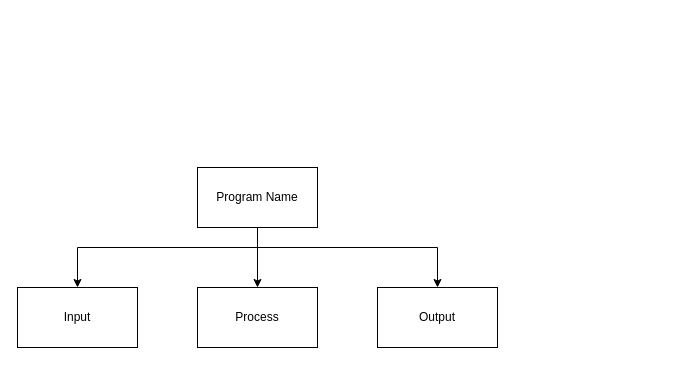
Before: design/topdown.drawio in MTHS-ICS3U-2-2022/ICS3U-Unit-4-06-Nina-S-Mathew, a draw.io diagram. Source tidied: cells renumbered, new cells numbered last; positions are measured from the earlier drawing's top-left corner, leaving out a move shared by most shapes. Both pictures are drawn from the tidied source at 100%, with x=0, y=0 at pixel (17, 167).
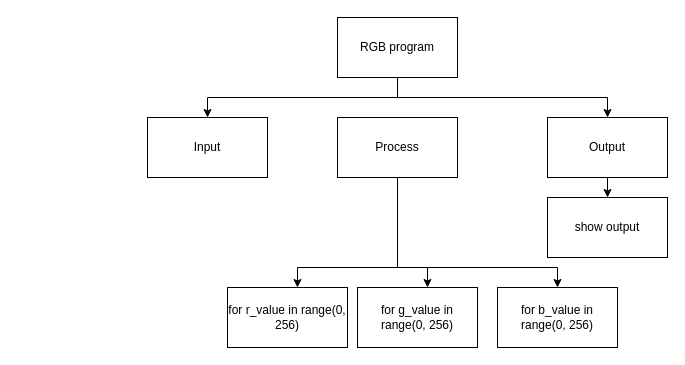
The same page after the edit.

Diff of the diagram source:
```diff
@@
-    <mxCell id="2" style="edgeStyle=orthogonalEdgeStyle;html=1;rounded=0;" parent="1" edge="1" source="5" target="6">
-      <mxGeometry relative="1" as="geometry" />
-    </mxCell>
-    <mxCell id="3" style="edgeStyle=orthogonalEdgeStyle;rounded=0;html=1;" parent="1" edge="1" source="5" target="7">
-      <mxGeometry relative="1" as="geometry">
-        <Array as="points">
-          <mxPoint x="240" y="80" />
-          <mxPoint x="420" y="80" />
-        </Array>
-      </mxGeometry>
-    </mxCell>
-    <mxCell id="4" style="edgeStyle=orthogonalEdgeStyle;rounded=0;html=1;" parent="1" edge="1" source="5" target="8">
-      <mxGeometry relative="1" as="geometry">
-        <Array as="points">
-          <mxPoint x="240" y="80" />
-          <mxPoint x="60" y="80" />
-        </Array>
-      </mxGeometry>
+    <mxCell id="4" style="edgeStyle=orthogonalEdgeStyle;rounded=0;html=1;entryX=0.5;entryY=0;entryDx=0;entryDy=0;" parent="1" edge="1" source="7" target="16">
+      <mxGeometry relative="1" as="geometry" />
     </mxCell>
-    <mxCell id="5" value="Program Name" style="rounded=0;whiteSpace=wrap;html=1;" parent="1" vertex="1">
-      <mxGeometry x="180" width="120" height="60" as="geometry" />
-    </mxCell>
+    <mxCell id="7" value="Output" style="rounded=0;whiteSpace=wrap;html=1;" parent="1" vertex="1">
+      <mxGeometry x="530" y="-50" width="120" height="60" as="geometry" />
+    </mxCell>
+    <mxCell id="9" style="edgeStyle=orthogonalEdgeStyle;html=1;rounded=0;" parent="1" edge="1" source="6" target="15">
+      <mxGeometry relative="1" as="geometry">
+        <Array as="points">
+          <mxPoint x="380" y="100" />
+          <mxPoint x="410" y="100" />
+        </Array>
+      </mxGeometry>
+    </mxCell>
+    <mxCell id="10" style="edgeStyle=orthogonalEdgeStyle;rounded=0;html=1;" parent="1" edge="1" source="6" target="17">
+      <mxGeometry relative="1" as="geometry">
+        <Array as="points">
+          <mxPoint x="380" y="100" />
+          <mxPoint x="280" y="100" />
+        </Array>
+      </mxGeometry>
+    </mxCell>
+    <mxCell id="11" style="edgeStyle=orthogonalEdgeStyle;html=1;entryX=0.5;entryY=0;entryDx=0;entryDy=0;rounded=0;" parent="1" edge="1" source="6" target="18">
+      <mxGeometry relative="1" as="geometry">
+        <Array as="points">
+          <mxPoint x="380" y="100" />
+          <mxPoint x="540" y="100" />
+        </Array>
+      </mxGeometry>
+    </mxCell>
     <mxCell id="6" value="Process" style="rounded=0;whiteSpace=wrap;html=1;" parent="1" vertex="1">
-      <mxGeometry x="180" y="120" width="120" height="60" as="geometry" />
+      <mxGeometry x="320" y="-50" width="120" height="60" as="geometry" />
     </mxCell>
-    <mxCell id="7" value="Output" style="rounded=0;whiteSpace=wrap;html=1;" parent="1" vertex="1">
-      <mxGeometry x="360" y="120" width="120" height="60" as="geometry" />
-    </mxCell>
     <mxCell id="8" value="Input" style="rounded=0;whiteSpace=wrap;html=1;" parent="1" vertex="1">
-      <mxGeometry y="120" width="120" height="60" as="geometry" />
+      <mxGeometry x="130" y="-50" width="120" height="60" as="geometry" />
     </mxCell>
+    <mxCell id="12" style="edgeStyle=orthogonalEdgeStyle;rounded=0;html=1;" parent="1" edge="1" source="14" target="8">
+      <mxGeometry relative="1" as="geometry">
+        <Array as="points">
+          <mxPoint x="380" y="-70" />
+          <mxPoint x="190" y="-70" />
+        </Array>
+      </mxGeometry>
+    </mxCell>
+    <mxCell id="13" style="edgeStyle=orthogonalEdgeStyle;rounded=0;html=1;" parent="1" edge="1" source="14" target="7">
+      <mxGeometry relative="1" as="geometry">
+        <Array as="points">
+          <mxPoint x="380" y="-70" />
+          <mxPoint x="590" y="-70" />
+        </Array>
+      </mxGeometry>
+    </mxCell>
+    <mxCell id="14" value="RGB program" style="rounded=0;whiteSpace=wrap;html=1;" parent="1" vertex="1">
+      <mxGeometry x="320" y="-150" width="120" height="60" as="geometry" />
+    </mxCell>
+    <mxCell id="15" value="for g_value in range(0, 256)" style="rounded=0;whiteSpace=wrap;html=1;" parent="1" vertex="1">
+      <mxGeometry x="340" y="120" width="120" height="60" as="geometry" />
+    </mxCell>
+    <mxCell id="16" value="show output" style="rounded=0;whiteSpace=wrap;html=1;" parent="1" vertex="1">
+      <mxGeometry x="530" y="30" width="120" height="60" as="geometry" />
+    </mxCell>
+    <mxCell id="17" value="for r_value in range(0, 256)" style="rounded=0;whiteSpace=wrap;html=1;" parent="1" vertex="1">
+      <mxGeometry x="210" y="120" width="120" height="60" as="geometry" />
+    </mxCell>
+    <mxCell id="18" value="for b_value in range(0, 256)" style="rounded=0;whiteSpace=wrap;html=1;" parent="1" vertex="1">
+      <mxGeometry x="480" y="120" width="120" height="60" as="geometry" />
+    </mxCell>
```
